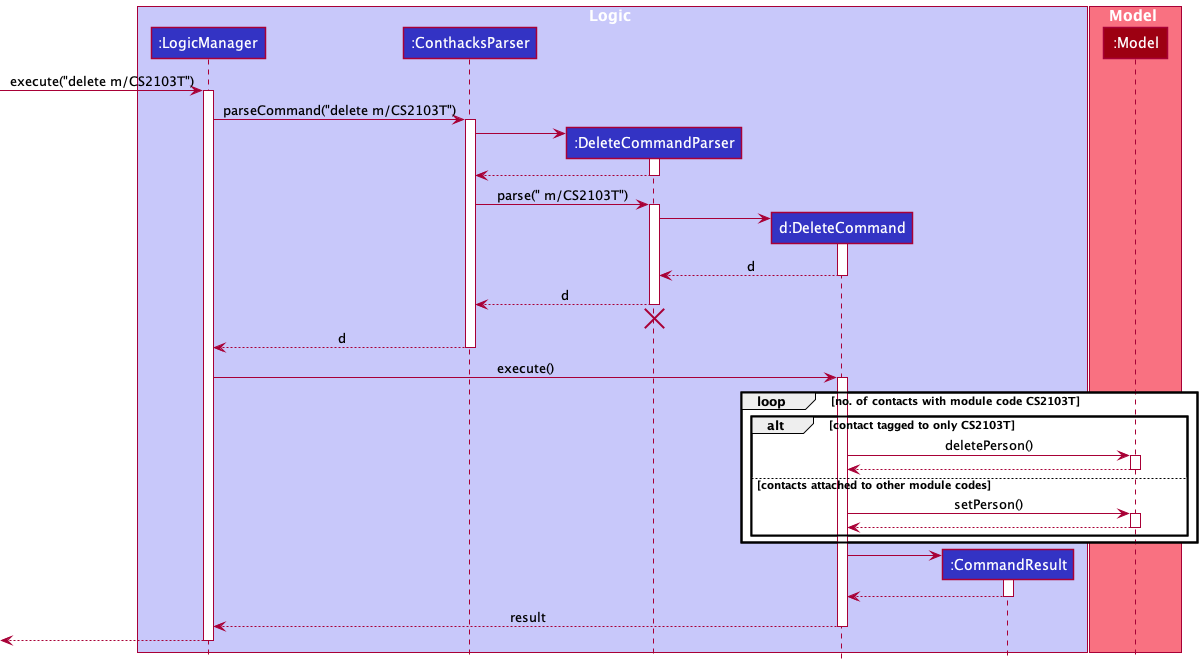
Before: docs/images/BatchDeleteSequenceDiagram.png, a diagram exported from PlantUML (nus-cs2103-AY2122S1/tp).
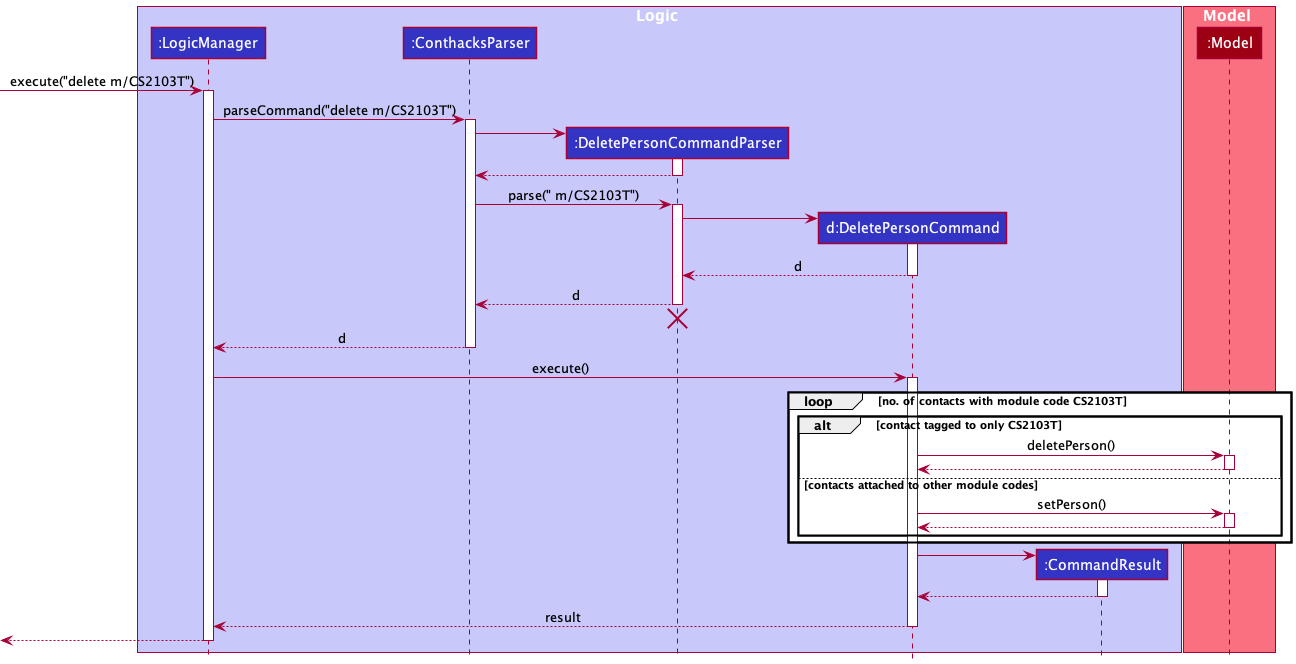
The same diagram one commit later.

Change to the diagram source:
```diff
@@ -4,8 +4,8 @@
 box Logic LOGIC_COLOR_T1
 participant ":LogicManager" as LogicManager LOGIC_COLOR
 participant ":ConthacksParser" as ConthacksParser LOGIC_COLOR
-participant ":DeleteCommandParser" as DeleteCommandParser LOGIC_COLOR
-participant "d:DeleteCommand" as DeleteCommand LOGIC_COLOR
+participant ":DeletePersonCommandParser" as DeletePersonCommandParser LOGIC_COLOR
+participant "d:DeletePersonCommand" as DeletePersonCommand LOGIC_COLOR
 participant ":CommandResult" as CommandResult LOGIC_COLOR
 end box
 
@@ -19,59 +19,59 @@
 LogicManager -> ConthacksParser : parseCommand("delete m/CS2103T")
 activate ConthacksParser
 
-create DeleteCommandParser
-ConthacksParser -> DeleteCommandParser
-activate DeleteCommandParser
+create DeletePersonCommandParser
+ConthacksParser -> DeletePersonCommandParser
+activate DeletePersonCommandParser
 
-DeleteCommandParser --> ConthacksParser
-deactivate DeleteCommandParser
+DeletePersonCommandParser --> ConthacksParser
+deactivate DeletePersonCommandParser
 
-ConthacksParser -> DeleteCommandParser : parse(" m/CS2103T")
-activate DeleteCommandParser
+ConthacksParser -> DeletePersonCommandParser : parse(" m/CS2103T")
+activate DeletePersonCommandParser
 
-create DeleteCommand
-DeleteCommandParser -> DeleteCommand
-activate DeleteCommand
+create DeletePersonCommand
+DeletePersonCommandParser -> DeletePersonCommand
+activate DeletePersonCommand
 
-DeleteCommand --> DeleteCommandParser : d
-deactivate DeleteCommand
+DeletePersonCommand --> DeletePersonCommandParser : d
+deactivate DeletePersonCommand
 
-DeleteCommandParser --> ConthacksParser : d
-deactivate DeleteCommandParser
-DeleteCommandParser -[hidden]-> ConthacksParser
-destroy DeleteCommandParser
+DeletePersonCommandParser --> ConthacksParser : d
+deactivate DeletePersonCommandParser
+DeletePersonCommandParser -[hidden]-> ConthacksParser
+destroy DeletePersonCommandParser
 
 ConthacksParser --> LogicManager : d
 deactivate ConthacksParser
 
-LogicManager -> DeleteCommand : execute()
-activate DeleteCommand
+LogicManager -> DeletePersonCommand : execute()
+activate DeletePersonCommand
 
 loop no. of contacts with module code CS2103T
 alt contact tagged to only CS2103T
-DeleteCommand -> Model : deletePerson()
+DeletePersonCommand -> Model : deletePerson()
 activate Model
 
-Model --> DeleteCommand
+Model --> DeletePersonCommand
 deactivate Model
 else contacts attached to other module codes
-DeleteCommand -> Model : setPerson()
+DeletePersonCommand -> Model : setPerson()
 activate Model
 
-Model --> DeleteCommand
+Model --> DeletePersonCommand
 deactivate Model
 end
 end
 
 create CommandResult
-DeleteCommand -> CommandResult
+DeletePersonCommand -> CommandResult
 activate CommandResult
 
-CommandResult --> DeleteCommand
+CommandResult --> DeletePersonCommand
 deactivate CommandResult
 
-DeleteCommand --> LogicManager : result
-deactivate DeleteCommand
+DeletePersonCommand --> LogicManager : result
+deactivate DeletePersonCommand
 
 [<--LogicManager
 deactivate LogicManager
```
